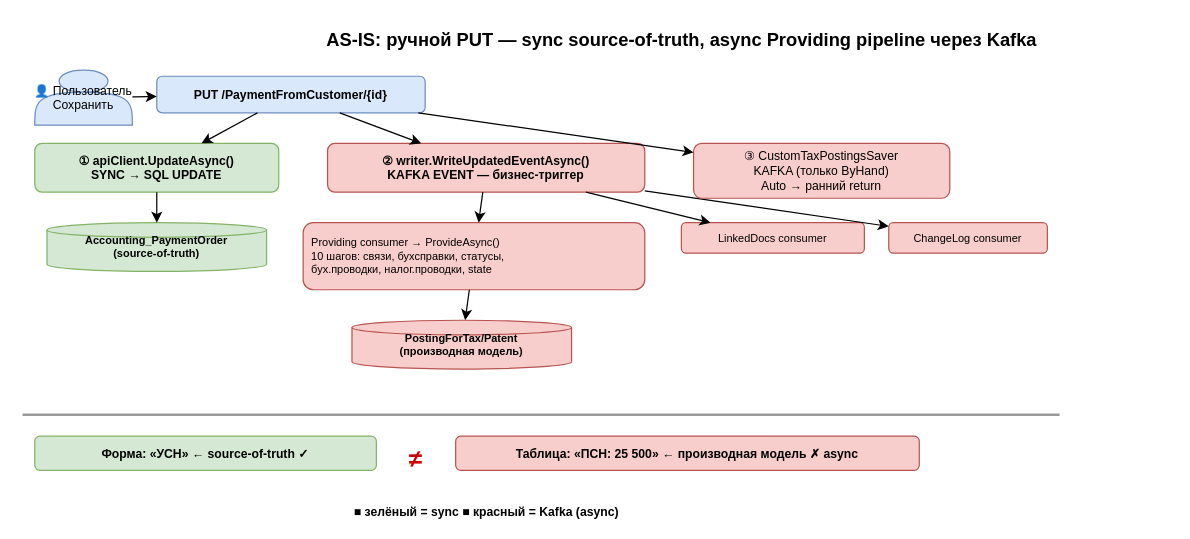
Earlier version of the draw.io diagram page "1. AS-IS" (1 of 3) of plan/plan-diagrams.drawio (lyrastra/TS-185695). Source tidied: cells renumbered, new cells numbered last; positions are measured from the earlier drawing's top-left corner, leaving out a move shared by most shapes. Both pictures are drawn from the tidied source at 122%, with x=0, y=0 at pixel (22, 21).
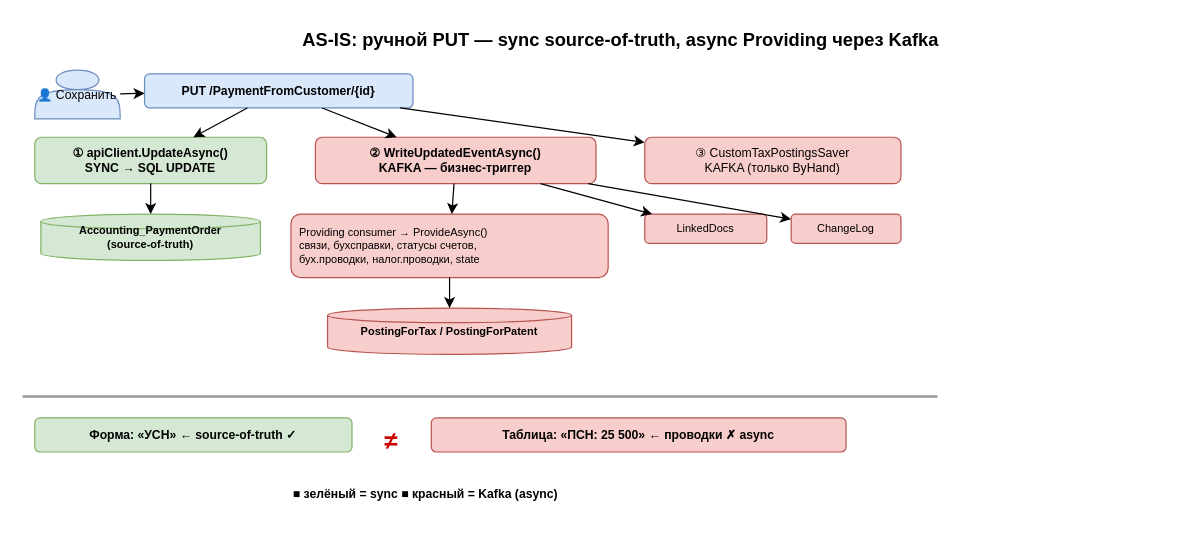
The same page after the edit.

What changed in the source:
```diff
@@
-    <mxCell id="2" value="AS-IS: ручной PUT — sync source-of-truth, async Providing pipeline через Kafka" style="text;html=1;align=center;fontSize=15;fontStyle=1;" parent="1" vertex="1">
-      <mxGeometry x="140" width="800" height="25" as="geometry" />
+    <mxCell id="2" value="AS-IS: ручной PUT — sync source-of-truth, async Providing через Kafka" style="text;html=1;align=center;fontSize=15;fontStyle=1;" parent="1" vertex="1">
+      <mxGeometry x="140" width="700" height="25" as="geometry" />
     </mxCell>
-    <mxCell id="3" value="👤 Пользователь&#10;Сохранить" style="shape=actor;fillColor=#dae8fc;strokeColor=#6c8ebf;fontSize=10;" parent="1" vertex="1">
-      <mxGeometry x="10" y="40" width="80" height="45" as="geometry" />
+    <mxCell id="3" value="👤 Сохранить" style="shape=actor;fillColor=#dae8fc;strokeColor=#6c8ebf;fontSize=10;" parent="1" vertex="1">
+      <mxGeometry x="10" y="40" width="70" height="40" as="geometry" />
     </mxCell>
     <mxCell id="4" value="PUT /PaymentFromCustomer/{id}" style="rounded=1;fillColor=#dae8fc;strokeColor=#6c8ebf;fontSize=10;fontStyle=1;" parent="1" vertex="1">
-      <mxGeometry x="110" y="45" width="220" height="30" as="geometry" />
+      <mxGeometry x="100" y="43" width="220" height="28" as="geometry" />
     </mxCell>
@@
     <mxCell id="6" value="① apiClient.UpdateAsync()&#10;SYNC → SQL UPDATE" style="rounded=1;fillColor=#d5e8d4;strokeColor=#82b366;fontSize=10;fontStyle=1;" parent="1" vertex="1">
-      <mxGeometry x="10" y="100" width="200" height="40" as="geometry" />
+      <mxGeometry x="10" y="95" width="190" height="38" as="geometry" />
     </mxCell>
     <mxCell id="7" value="Accounting_PaymentOrder&#10;(source-of-truth)" style="shape=cylinder3;size=6;fillColor=#d5e8d4;strokeColor=#82b366;fontSize=9;fontStyle=1;" parent="1" vertex="1">
-      <mxGeometry x="20" y="165" width="180" height="40" as="geometry" />
+      <mxGeometry x="15" y="158" width="180" height="38" as="geometry" />
     </mxCell>
@@
-    <mxCell id="10" value="② writer.WriteUpdatedEventAsync()&#10;KAFKA EVENT — бизнес-триггер" style="rounded=1;fillColor=#f8cecc;strokeColor=#b85450;fontSize=10;fontStyle=1;" parent="1" vertex="1">
-      <mxGeometry x="250" y="100" width="260" height="40" as="geometry" />
+    <mxCell id="10" value="② WriteUpdatedEventAsync()&#10;KAFKA — бизнес-триггер" style="rounded=1;fillColor=#f8cecc;strokeColor=#b85450;fontSize=10;fontStyle=1;" parent="1" vertex="1">
+      <mxGeometry x="240" y="95" width="230" height="38" as="geometry" />
     </mxCell>
@@
-    <mxCell id="12" value="Providing consumer → ProvideAsync()&#10;10 шагов: связи, бухсправки, статусы,&#10;бух.проводки, налог.проводки, state" style="rounded=1;fillColor=#f8cecc;strokeColor=#b85450;fontSize=9;align=left;spacingLeft=5;" parent="1" vertex="1">
-      <mxGeometry x="230" y="165" width="280" height="55" as="geometry" />
+    <mxCell id="12" value="Providing consumer → ProvideAsync()&#10;связи, бухсправки, статусы счетов,&#10;бух.проводки, налог.проводки, state" style="rounded=1;fillColor=#f8cecc;strokeColor=#b85450;fontSize=9;align=left;spacingLeft=5;" parent="1" vertex="1">
+      <mxGeometry x="220" y="158" width="260" height="52" as="geometry" />
     </mxCell>
@@
-    <mxCell id="14" value="LinkedDocs consumer" style="rounded=1;fillColor=#f8cecc;strokeColor=#b85450;fontSize=9;" parent="1" vertex="1">
-      <mxGeometry x="540" y="165" width="150" height="25" as="geometry" />
+    <mxCell id="14" value="LinkedDocs" style="rounded=1;fillColor=#f8cecc;strokeColor=#b85450;fontSize=9;" parent="1" vertex="1">
+      <mxGeometry x="510" y="158" width="100" height="24" as="geometry" />
     </mxCell>
-    <mxCell id="15" value="ChangeLog consumer" style="rounded=1;fillColor=#f8cecc;strokeColor=#b85450;fontSize=9;" parent="1" vertex="1">
-      <mxGeometry x="710" y="165" width="130" height="25" as="geometry" />
+    <mxCell id="15" value="ChangeLog" style="rounded=1;fillColor=#f8cecc;strokeColor=#b85450;fontSize=9;" parent="1" vertex="1">
+      <mxGeometry x="630" y="158" width="90" height="24" as="geometry" />
     </mxCell>
@@
-    <mxCell id="18" value="③ CustomTaxPostingsSaver&#10;KAFKA (только ByHand)&#10;Auto → ранний return" style="rounded=1;fillColor=#f8cecc;strokeColor=#b85450;fontSize=10;" parent="1" vertex="1">
-      <mxGeometry x="550" y="100" width="210" height="45" as="geometry" />
+    <mxCell id="18" value="③ CustomTaxPostingsSaver&#10;KAFKA (только ByHand)" style="rounded=1;fillColor=#f8cecc;strokeColor=#b85450;fontSize=10;" parent="1" vertex="1">
+      <mxGeometry x="510" y="95" width="210" height="38" as="geometry" />
     </mxCell>
@@
-    <mxCell id="20" value="PostingForTax/Patent&#10;(производная модель)" style="shape=cylinder3;size=6;fillColor=#f8cecc;strokeColor=#b85450;fontSize=9;fontStyle=1;" parent="1" vertex="1">
-      <mxGeometry x="270" y="245" width="180" height="40" as="geometry" />
+    <mxCell id="20" value="PostingForTax / PostingForPatent" style="shape=cylinder3;size=6;fillColor=#f8cecc;strokeColor=#b85450;fontSize=9;fontStyle=1;" parent="1" vertex="1">
+      <mxGeometry x="250" y="235" width="200" height="38" as="geometry" />
     </mxCell>
@@
     <mxCell id="22" style="line;strokeColor=#999;strokeWidth=2;" parent="1" vertex="1">
-      <mxGeometry y="320" width="850" height="5" as="geometry" />
+      <mxGeometry y="305" width="750" height="5" as="geometry" />
     </mxCell>
     <mxCell id="23" value="Форма: «УСН» ← source-of-truth ✓" style="rounded=1;fillColor=#d5e8d4;strokeColor=#82b366;fontSize=10;fontStyle=1;" parent="1" vertex="1">
-      <mxGeometry x="10" y="340" width="280" height="28" as="geometry" />
+      <mxGeometry x="10" y="325" width="260" height="28" as="geometry" />
     </mxCell>
     <mxCell id="24" value="≠" style="text;fontSize=20;fontStyle=1;fontColor=#CC0000;" parent="1" vertex="1">
-      <mxGeometry x="315" y="340" width="20" height="25" as="geometry" />
+      <mxGeometry x="295" y="325" width="20" height="25" as="geometry" />
     </mxCell>
-    <mxCell id="25" value="Таблица: «ПСН: 25 500» ← производная модель ✗ async" style="rounded=1;fillColor=#f8cecc;strokeColor=#b85450;fontSize=10;fontStyle=1;" parent="1" vertex="1">
-      <mxGeometry x="355" y="340" width="380" height="28" as="geometry" />
+    <mxCell id="25" value="Таблица: «ПСН: 25 500» ← проводки ✗ async" style="rounded=1;fillColor=#f8cecc;strokeColor=#b85450;fontSize=10;fontStyle=1;" parent="1" vertex="1">
+      <mxGeometry x="335" y="325" width="340" height="28" as="geometry" />
     </mxCell>
     <mxCell id="26" value="■ зелёный = sync     ■ красный = Kafka (async)" style="text;fontSize=10;fontStyle=1;" parent="1" vertex="1">
-      <mxGeometry x="270" y="390" width="320" height="18" as="geometry" />
+      <mxGeometry x="220" y="375" width="310" height="16" as="geometry" />
     </mxCell>
```
